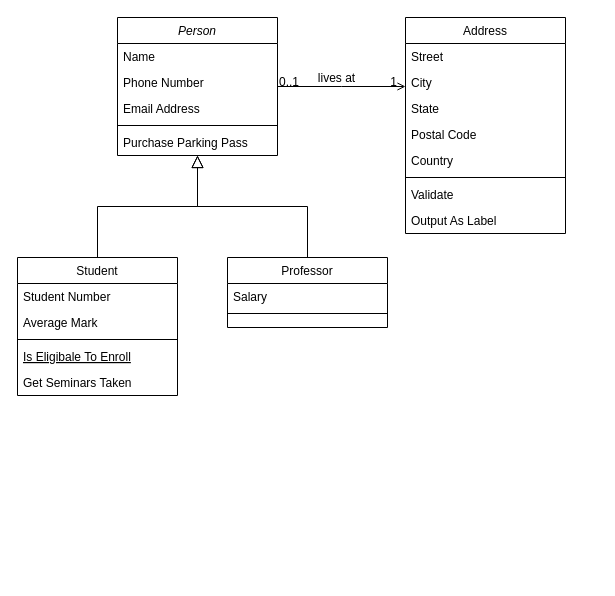
Earlier version of the draw.io diagram Class_Diagram.drawio (Enji-shaking/Virtual-Mate). Source tidied: cells renumbered, new cells numbered last; positions are measured from the earlier drawing's top-left corner, leaving out a move shared by most shapes. Both pictures are drawn from the tidied source at 100%, with x=0, y=0 at pixel (17, 17).
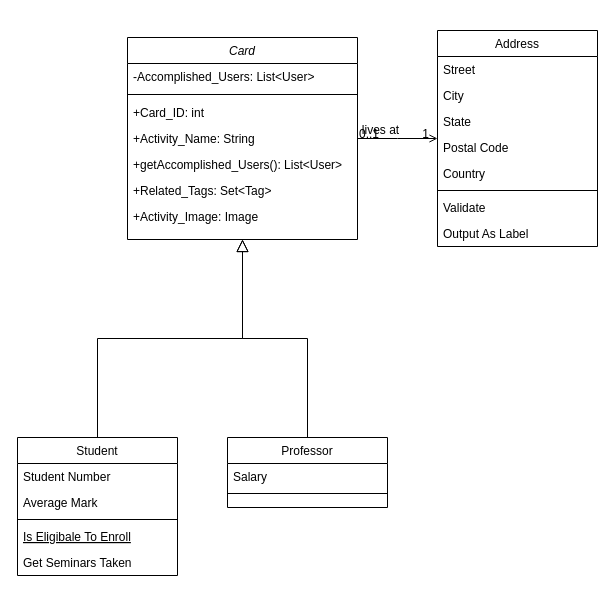
The same page after the edit.

Diff of the diagram source:
```diff
@@
-    <mxCell id="2" value="Person" style="swimlane;fontStyle=2;align=center;verticalAlign=top;horizontal=1;startSize=26;rounded=0;shadow=0;strokeWidth=1;" parent="1" vertex="1">
-      <mxGeometry x="100" width="160" height="138" as="geometry" />
+    <mxCell id="2" value="Card" style="swimlane;fontStyle=2;align=center;verticalAlign=top;horizontal=1;startSize=26;rounded=0;shadow=0;strokeWidth=1;" parent="1" vertex="1">
+      <mxGeometry x="110" y="20" width="230" height="202" as="geometry" />
     </mxCell>
-    <mxCell id="3" value="Name" style="text;align=left;verticalAlign=top;spacingLeft=4;spacingRight=4;overflow=hidden;" parent="2" vertex="1">
-      <mxGeometry y="26" width="160" height="26" as="geometry" />
-    </mxCell>
-    <mxCell id="4" value="Phone Number" style="text;align=left;verticalAlign=top;spacingLeft=4;spacingRight=4;overflow=hidden;rounded=0;shadow=0;html=0;" parent="2" vertex="1">
-      <mxGeometry y="52" width="160" height="26" as="geometry" />
-    </mxCell>
-    <mxCell id="5" value="Email Address" style="text;align=left;verticalAlign=top;spacingLeft=4;spacingRight=4;overflow=hidden;rounded=0;shadow=0;html=0;" parent="2" vertex="1">
-      <mxGeometry y="78" width="160" height="26" as="geometry" />
-    </mxCell>
+    <mxCell id="32" value="-Accomplished_Users: List&lt;User&gt;" style="text;align=left;verticalAlign=top;spacingLeft=4;spacingRight=4;overflow=hidden;" parent="2" vertex="1">
+      <mxGeometry y="26" width="230" height="26" as="geometry" />
+    </mxCell>
     <mxCell id="6" style="line;html=1;strokeWidth=1;align=left;verticalAlign=middle;spacingTop=-1;spacingLeft=3;spacingRight=3;labelPosition=right;" parent="2" vertex="1">
-      <mxGeometry y="104" width="160" height="8" as="geometry" />
+      <mxGeometry y="52" width="230" height="10" as="geometry" />
     </mxCell>
-    <mxCell id="7" value="Purchase Parking Pass" style="text;align=left;verticalAlign=top;spacingLeft=4;spacingRight=4;overflow=hidden;" parent="2" vertex="1">
-      <mxGeometry y="112" width="160" height="26" as="geometry" />
-    </mxCell>
+    <mxCell id="33" value="+Card_ID: int" style="text;align=left;verticalAlign=top;spacingLeft=4;spacingRight=4;overflow=hidden;" parent="2" vertex="1">
+      <mxGeometry y="62" width="230" height="26" as="geometry" />
+    </mxCell>
+    <mxCell id="34" value="+Activity_Name: String" style="text;align=left;verticalAlign=top;spacingLeft=4;spacingRight=4;overflow=hidden;rounded=0;shadow=0;html=0;" parent="2" vertex="1">
+      <mxGeometry y="88" width="230" height="26" as="geometry" />
+    </mxCell>
+    <mxCell id="35" value="+getAccomplished_Users(): List&lt;User&gt;" style="text;align=left;verticalAlign=top;spacingLeft=4;spacingRight=4;overflow=hidden;rounded=0;shadow=0;html=0;" parent="2" vertex="1">
+      <mxGeometry y="114" width="230" height="26" as="geometry" />
+    </mxCell>
+    <mxCell id="36" value="+Related_Tags: Set&lt;Tag&gt;" style="text;align=left;verticalAlign=top;spacingLeft=4;spacingRight=4;overflow=hidden;rounded=0;shadow=0;html=0;" parent="2" vertex="1">
+      <mxGeometry y="140" width="230" height="26" as="geometry" />
+    </mxCell>
+    <mxCell id="37" value="+Activity_Image: Image" style="text;align=left;verticalAlign=top;spacingLeft=4;spacingRight=4;overflow=hidden;rounded=0;shadow=0;html=0;" parent="2" vertex="1">
+      <mxGeometry y="166" width="230" height="26" as="geometry" />
+    </mxCell>
     <mxCell id="8" value="Student" style="swimlane;fontStyle=0;align=center;verticalAlign=top;horizontal=1;startSize=26;rounded=0;shadow=0;strokeWidth=1;" parent="1" vertex="1">
-      <mxGeometry y="240" width="160" height="138" as="geometry" />
+      <mxGeometry y="420" width="160" height="138" as="geometry" />
     </mxCell>
@@
     <mxCell id="15" value="Professor" style="swimlane;fontStyle=0;align=center;verticalAlign=top;horizontal=1;startSize=26;rounded=0;shadow=0;strokeWidth=1;" parent="1" vertex="1">
-      <mxGeometry x="210" y="240" width="160" height="70" as="geometry" />
+      <mxGeometry x="210" y="420" width="160" height="70" as="geometry" />
     </mxCell>
@@
     <mxCell id="19" value="Address" style="swimlane;fontStyle=0;align=center;verticalAlign=top;horizontal=1;startSize=26;rounded=0;shadow=0;strokeWidth=1;" parent="1" vertex="1">
-      <mxGeometry x="388" width="160" height="216" as="geometry" />
+      <mxGeometry x="420" y="13" width="160" height="216" as="geometry" />
     </mxCell>
```
